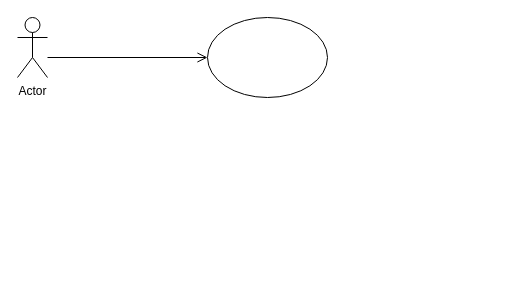
bluescarf7979/takeout_cv1 keeps this draw.io diagram as lee.drawio. Above is the earlier version. Source tidied: cells renumbered, new cells numbered last; positions are measured from the earlier drawing's top-left corner, leaving out a move shared by most shapes. Both pictures are drawn from the tidied source at 100%, with x=0, y=0 at pixel (17, 17).
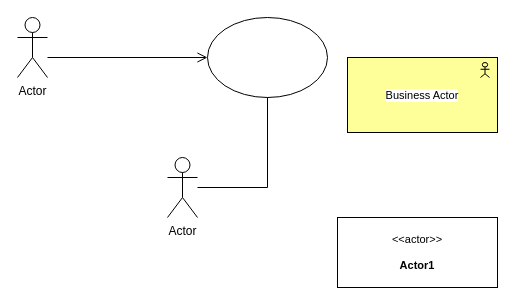
Above is the later version.

Diff of the diagram source:
```diff
@@
 <mxGraphModel>
   <root>
     <mxCell id="0" />
     <mxCell id="1" parent="0" />
     <mxCell id="2" value="Actor" style="shape=umlActor;verticalLabelPosition=bottom;verticalAlign=top;html=1;" parent="1" vertex="1">
       <mxGeometry width="30" height="60" as="geometry" />
     </mxCell>
     <mxCell id="3" style="ellipse;whiteSpace=wrap;html=1;" parent="1" vertex="1">
       <mxGeometry x="190" width="120" height="80" as="geometry" />
     </mxCell>
     <mxCell id="4" style="endArrow=open;startArrow=none;endFill=0;startFill=0;endSize=8;html=1;verticalAlign=bottom;labelBackgroundColor=none;strokeWidth=1;rounded=0;" parent="1" edge="1" target="3">
       <mxGeometry relative="1" as="geometry">
         <mxPoint x="30" y="40" as="sourcePoint" />
       </mxGeometry>
     </mxCell>
+    <mxCell id="5" style="edgeStyle=orthogonalEdgeStyle;rounded=0;jettySize=auto;html=1;curved=0;strokeColor=default;jumpStyle=none;strokeWidth=1;endArrow=none;endFill=0;" parent="1" edge="1" source="6" target="3">
+      <mxGeometry relative="1" as="geometry" />
+    </mxCell>
+    <mxCell id="6" value="Actor" style="shape=umlActor;verticalLabelPosition=bottom;verticalAlign=top;html=1;outlineConnect=0;" parent="1" vertex="1">
+      <mxGeometry x="150" y="140" width="30" height="60" as="geometry" />
+    </mxCell>
+    <mxCell id="7" value="&amp;lt;&amp;lt;actor&amp;gt;&amp;gt;&lt;br&gt;&lt;br&gt;&lt;b&gt;Actor1&lt;/b&gt;" style="html=1;align=center;verticalAlign=middle;dashed=0;whiteSpace=wrap;fontFamily=Helvetica;fontSize=11;fontColor=default;labelBackgroundColor=default;" parent="1" vertex="1">
+      <mxGeometry x="320" y="200" width="160" height="70" as="geometry" />
+    </mxCell>
+    <mxCell id="8" value="Business Actor" style="html=1;whiteSpace=wrap;fillColor=#ffff99;shape=mxgraph.archimate3.application;appType=actor;archiType=square;fontFamily=Helvetica;fontSize=11;fontColor=default;labelBackgroundColor=default;" parent="1" vertex="1">
+      <mxGeometry x="330" y="40" width="150" height="75" as="geometry" />
+    </mxCell>
   </root>
 </mxGraphModel>
```
